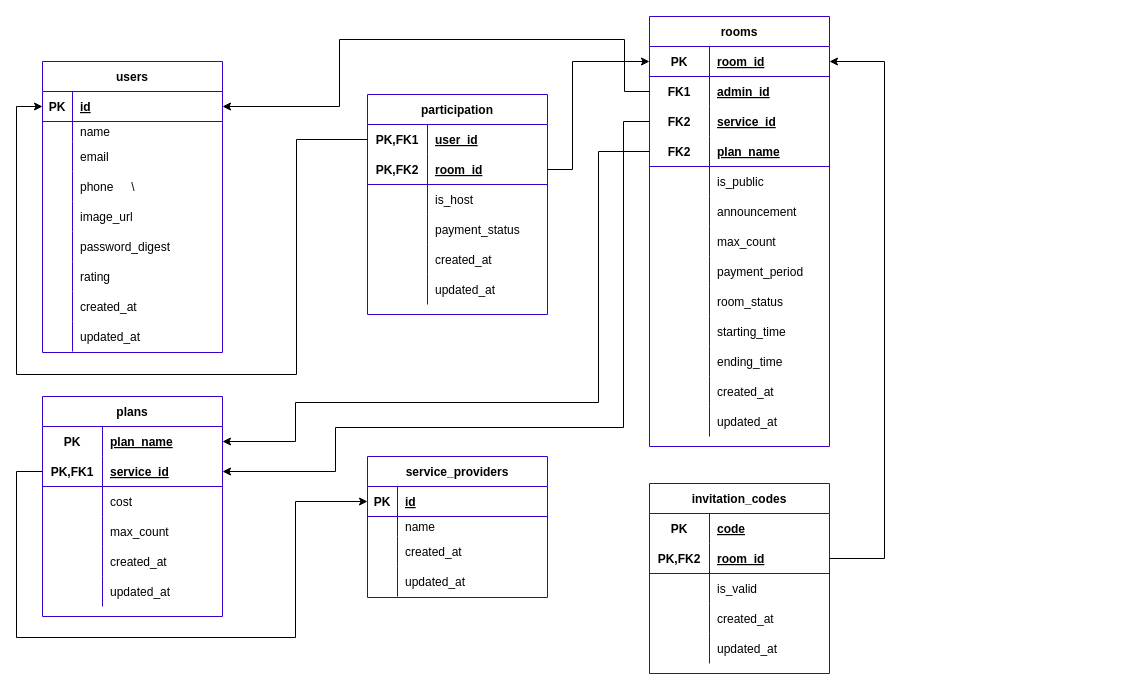
The draw.io diagram db/schema/table.drawio in billsgates/salamander, before the edit. Source tidied: cells renumbered, new cells numbered last; positions are measured from the earlier drawing's top-left corner, leaving out a move shared by most shapes. Both pictures are drawn from the tidied source at 100%, with x=0, y=0 at pixel (16, 16).
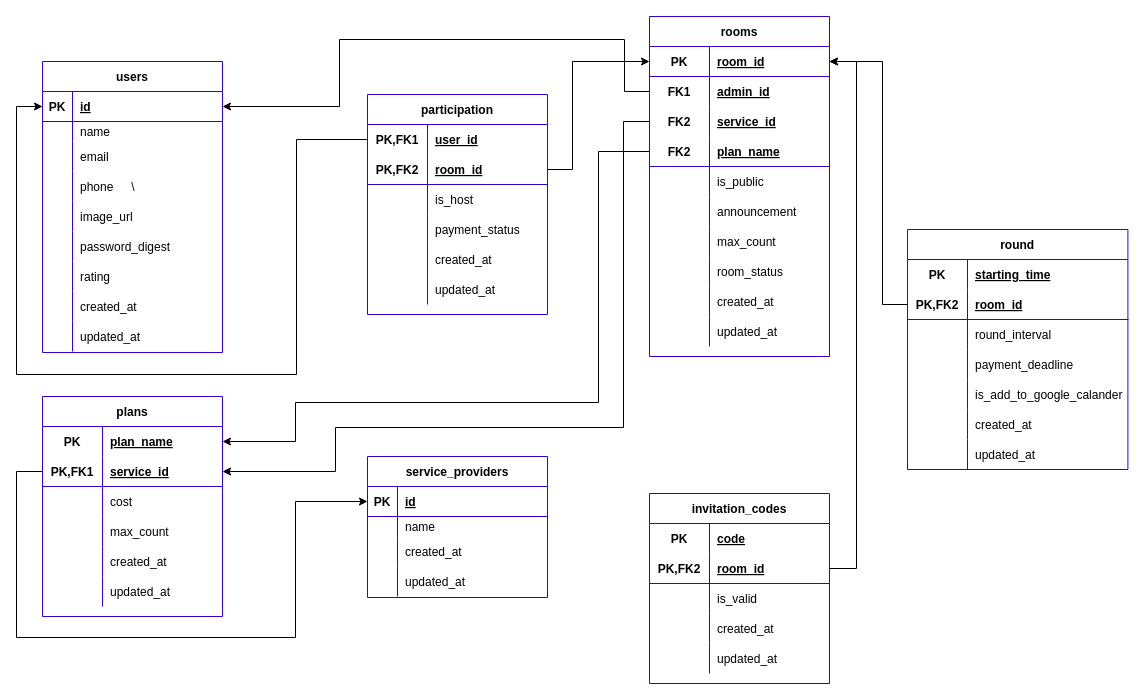
The same page after the edit.

Commit message (it also covers changes not shown here):
Add room rounds table

The change refers to these unchanged cells:
```xml
<mxCell id="63" style="shape=partialRectangle;fillColor=none;top=0;left=0;bottom=1;right=0;points=[[0,0.5],[1,0.5]];portConstraint=eastwest;strokeColor=#3700CC;" parent="62" vertex="1">
  <mxGeometry y="30" width="180" height="30" as="geometry" />
</mxCell>
<mxCell id="131" style="shape=partialRectangle;fillColor=none;top=0;left=0;bottom=1;right=0;points=[[0,0.5],[1,0.5]];portConstraint=eastwest;strokeColor=#3700CC;" parent="127" vertex="1">
  <mxGeometry y="60" width="180" height="30" as="geometry" />
</mxCell>
```

The edit, as a diff of the source:
```diff
@@
     <mxCell id="62" value="rooms" style="shape=table;startSize=30;childLayout=tableLayout;rowLines=0;fontStyle=1;align=center;shadow=0;labelBackgroundColor=none;strokeColor=#3700CC;fontColor=#000000;fillColor=#FFFFFF;swimlaneFillColor=#ffffff;" parent="1" vertex="1">
-      <mxGeometry x="633" width="180" height="430" as="geometry" />
+      <mxGeometry x="633" width="180" height="340" as="geometry" />
     </mxCell>
@@
-    <mxCell id="84" style="shape=partialRectangle;fillColor=none;top=0;left=0;bottom=0;right=0;" parent="62" vertex="1">
-      <mxGeometry y="240" width="180" height="30" as="geometry" />
-    </mxCell>
-    <mxCell id="85" style="shape=partialRectangle;fillColor=none;top=0;left=0;bottom=0;right=0;overflow=hidden;fontColor=#000000;" parent="84" vertex="1">
-      <mxGeometry width="60" height="30" as="geometry" />
-    </mxCell>
-    <mxCell id="86" value="payment_period" style="shape=partialRectangle;fillColor=none;top=0;left=0;bottom=0;right=0;align=left;spacingLeft=6;overflow=hidden;fontColor=#000000;" parent="84" vertex="1">
-      <mxGeometry x="60" width="120" height="30" as="geometry" />
-    </mxCell>
     <mxCell id="87" style="shape=partialRectangle;fillColor=none;top=0;left=0;bottom=0;right=0;" parent="62" vertex="1">
-      <mxGeometry y="270" width="180" height="30" as="geometry" />
+      <mxGeometry y="240" width="180" height="30" as="geometry" />
     </mxCell>
@@
-    <mxCell id="90" style="shape=partialRectangle;fillColor=none;top=0;left=0;bottom=0;right=0;" parent="62" vertex="1">
-      <mxGeometry y="300" width="180" height="30" as="geometry" />
-    </mxCell>
-    <mxCell id="91" style="shape=partialRectangle;fillColor=none;top=0;left=0;bottom=0;right=0;overflow=hidden;fontColor=#000000;" parent="90" vertex="1">
-      <mxGeometry width="60" height="30" as="geometry" />
-    </mxCell>
-    <mxCell id="92" value="starting_time" style="shape=partialRectangle;fillColor=none;top=0;left=0;bottom=0;right=0;align=left;spacingLeft=6;overflow=hidden;fontColor=#000000;" parent="90" vertex="1">
-      <mxGeometry x="60" width="120" height="30" as="geometry" />
-    </mxCell>
-    <mxCell id="93" style="shape=partialRectangle;fillColor=none;top=0;left=0;bottom=0;right=0;" parent="62" vertex="1">
-      <mxGeometry y="330" width="180" height="30" as="geometry" />
-    </mxCell>
-    <mxCell id="94" style="shape=partialRectangle;fillColor=none;top=0;left=0;bottom=0;right=0;overflow=hidden;fontColor=#000000;" parent="93" vertex="1">
-      <mxGeometry width="60" height="30" as="geometry" />
-    </mxCell>
-    <mxCell id="95" value="ending_time" style="shape=partialRectangle;fillColor=none;top=0;left=0;bottom=0;right=0;align=left;spacingLeft=6;overflow=hidden;fontColor=#000000;" parent="93" vertex="1">
-      <mxGeometry x="60" width="120" height="30" as="geometry" />
-    </mxCell>
     <mxCell id="96" style="shape=partialRectangle;fillColor=none;top=0;left=0;bottom=0;right=0;" parent="62" vertex="1">
-      <mxGeometry y="360" width="180" height="30" as="geometry" />
+      <mxGeometry y="270" width="180" height="30" as="geometry" />
     </mxCell>
@@
     <mxCell id="99" style="shape=partialRectangle;fillColor=none;top=0;left=0;bottom=0;right=0;" parent="62" vertex="1">
-      <mxGeometry y="390" width="180" height="30" as="geometry" />
+      <mxGeometry y="300" width="180" height="30" as="geometry" />
     </mxCell>
@@
     <mxCell id="127" value="invitation_codes" style="shape=table;startSize=30;childLayout=tableLayout;rowLines=0;fontStyle=1;align=center;shadow=0;labelBackgroundColor=none;strokeColor=#3700CC;fontColor=#000000;fillColor=#FFFFFF;swimlaneFillColor=#ffffff;" parent="1" vertex="1">
-      <mxGeometry x="633" y="467" width="180" height="190" as="geometry" />
+      <mxGeometry x="633" y="477" width="180" height="190" as="geometry" />
     </mxCell>
@@
-    <mxCell id="143" style="edgeStyle=orthogonalEdgeStyle;rounded=0;jettySize=auto;html=1;exitX=1;exitY=0.5;exitDx=0;exitDy=0;entryX=1;entryY=0.5;entryDx=0;entryDy=0;strokeColor=#000000;" parent="1" edge="1" source="131" target="63">
+    <mxCell id="143" style="edgeStyle=orthogonalEdgeStyle;rounded=0;jettySize=auto;html=1;entryX=1;entryY=0.5;entryDx=0;entryDy=0;strokeColor=#000000;exitX=1;exitY=0.5;exitDx=0;exitDy=0;" parent="1" edge="1" source="131" target="63">
       <mxGeometry relative="1" as="geometry">
         <Array as="points">
-          <mxPoint x="868" y="542" />
-          <mxPoint x="868" y="45" />
+          <mxPoint x="840" y="552" />
+          <mxPoint x="840" y="45" />
         </Array>
       </mxGeometry>
     </mxCell>
@@
+    <mxCell id="146" value="round" style="shape=table;startSize=30;childLayout=tableLayout;rowLines=0;fontStyle=1;align=center;shadow=0;labelBackgroundColor=none;strokeColor=#3700CC;fontColor=#000000;fillColor=#FFFFFF;swimlaneFillColor=#ffffff;" parent="1" vertex="1">
+      <mxGeometry x="891" y="213" width="220.4" height="240" as="geometry" />
+    </mxCell>
+    <mxCell id="147" style="shape=partialRectangle;fillColor=none;top=0;left=0;bottom=0;right=0;strokeColor=#3700CC;" parent="146" vertex="1">
+      <mxGeometry y="30" width="220.4" height="30" as="geometry" />
+    </mxCell>
+    <mxCell id="148" value="PK" style="shape=partialRectangle;fillColor=none;top=0;left=0;bottom=0;right=0;fontStyle=1;overflow=hidden;fontColor=#000000;" parent="147" vertex="1">
+      <mxGeometry width="60" height="30" as="geometry" />
+    </mxCell>
+    <mxCell id="92" value="starting_time" style="shape=partialRectangle;fillColor=none;top=0;left=0;bottom=0;right=0;align=left;spacingLeft=6;fontStyle=5;overflow=hidden;fontColor=#000000;" parent="147" vertex="1">
+      <mxGeometry x="60" width="160.4" height="30" as="geometry" />
+    </mxCell>
+    <mxCell id="149" style="shape=partialRectangle;fillColor=none;top=0;left=0;bottom=1;right=0;points=[[0,0.5],[1,0.5]];portConstraint=eastwest;strokeColor=#3700CC;" parent="146" vertex="1">
+      <mxGeometry y="60" width="220.4" height="30" as="geometry" />
+    </mxCell>
+    <mxCell id="150" value="PK,FK2" style="shape=partialRectangle;fillColor=none;top=0;left=0;bottom=0;right=0;fontStyle=1;overflow=hidden;fontColor=#000000;" parent="149" vertex="1">
+      <mxGeometry width="60" height="30" as="geometry" />
+    </mxCell>
+    <mxCell id="151" value="room_id" style="shape=partialRectangle;fillColor=none;top=0;left=0;bottom=0;right=0;align=left;spacingLeft=6;fontStyle=5;overflow=hidden;fontColor=#000000;" parent="149" vertex="1">
+      <mxGeometry x="60" width="160.4" height="30" as="geometry" />
+    </mxCell>
+    <mxCell id="152" style="shape=partialRectangle;fillColor=none;top=0;left=0;bottom=0;right=0;" parent="146" vertex="1">
+      <mxGeometry y="90" width="220.4" height="30" as="geometry" />
+    </mxCell>
+    <mxCell id="153" style="shape=partialRectangle;fillColor=none;top=0;left=0;bottom=0;right=0;overflow=hidden;fontColor=#000000;" parent="152" vertex="1">
+      <mxGeometry width="60" height="30" as="geometry" />
+    </mxCell>
+    <mxCell id="154" value="round_interval" style="shape=partialRectangle;fillColor=none;top=0;left=0;bottom=0;right=0;align=left;spacingLeft=6;overflow=hidden;fontColor=#000000;" parent="152" vertex="1">
+      <mxGeometry x="60" width="160.4" height="30" as="geometry" />
+    </mxCell>
+    <mxCell id="155" style="shape=partialRectangle;fillColor=none;top=0;left=0;bottom=0;right=0;" parent="146" vertex="1">
+      <mxGeometry y="120" width="220.4" height="30" as="geometry" />
+    </mxCell>
+    <mxCell id="156" style="shape=partialRectangle;fillColor=none;top=0;left=0;bottom=0;right=0;overflow=hidden;fontColor=#000000;" parent="155" vertex="1">
+      <mxGeometry width="60" height="30" as="geometry" />
+    </mxCell>
+    <mxCell id="157" value="payment_deadline" style="shape=partialRectangle;fillColor=none;top=0;left=0;bottom=0;right=0;align=left;spacingLeft=6;overflow=hidden;fontColor=#000000;" parent="155" vertex="1">
+      <mxGeometry x="60" width="160.4" height="30" as="geometry" />
+    </mxCell>
+    <mxCell id="158" style="shape=partialRectangle;fillColor=none;top=0;left=0;bottom=0;right=0;" parent="146" vertex="1">
+      <mxGeometry y="150" width="220.4" height="30" as="geometry" />
+    </mxCell>
+    <mxCell id="159" style="shape=partialRectangle;fillColor=none;top=0;left=0;bottom=0;right=0;overflow=hidden;fontColor=#000000;" parent="158" vertex="1">
+      <mxGeometry width="60" height="30" as="geometry" />
+    </mxCell>
+    <mxCell id="160" value="is_add_to_google_calander" style="shape=partialRectangle;fillColor=none;top=0;left=0;bottom=0;right=0;align=left;spacingLeft=6;overflow=hidden;fontColor=#000000;" parent="158" vertex="1">
+      <mxGeometry x="60" width="160.4" height="30" as="geometry" />
+    </mxCell>
+    <mxCell id="161" style="shape=partialRectangle;fillColor=none;top=0;left=0;bottom=0;right=0;" parent="146" vertex="1">
+      <mxGeometry y="180" width="220.4" height="30" as="geometry" />
+    </mxCell>
+    <mxCell id="162" style="shape=partialRectangle;fillColor=none;top=0;left=0;bottom=0;right=0;overflow=hidden;fontColor=#000000;" parent="161" vertex="1">
+      <mxGeometry width="60" height="30" as="geometry" />
+    </mxCell>
+    <mxCell id="163" value="created_at" style="shape=partialRectangle;fillColor=none;top=0;left=0;bottom=0;right=0;align=left;spacingLeft=6;overflow=hidden;fontColor=#000000;" parent="161" vertex="1">
+      <mxGeometry x="60" width="160.4" height="30" as="geometry" />
+    </mxCell>
+    <mxCell id="164" style="shape=partialRectangle;fillColor=none;top=0;left=0;bottom=0;right=0;" parent="146" vertex="1">
+      <mxGeometry y="210" width="220.4" height="30" as="geometry" />
+    </mxCell>
+    <mxCell id="165" style="shape=partialRectangle;fillColor=none;top=0;left=0;bottom=0;right=0;overflow=hidden;fontColor=#000000;" parent="164" vertex="1">
+      <mxGeometry width="60" height="30" as="geometry" />
+    </mxCell>
+    <mxCell id="166" value="updated_at" style="shape=partialRectangle;fillColor=none;top=0;left=0;bottom=0;right=0;align=left;spacingLeft=6;overflow=hidden;fontColor=#000000;" parent="164" vertex="1">
+      <mxGeometry x="60" width="160.4" height="30" as="geometry" />
+    </mxCell>
+    <mxCell id="167" style="edgeStyle=orthogonalEdgeStyle;rounded=0;jettySize=auto;html=1;exitX=0;exitY=0.5;exitDx=0;exitDy=0;entryX=1;entryY=0.5;entryDx=0;entryDy=0;strokeColor=#000000;" parent="1" edge="1" source="149" target="63">
+      <mxGeometry relative="1" as="geometry">
+        <Array as="points">
+          <mxPoint x="866" y="288" />
+          <mxPoint x="866" y="45" />
+        </Array>
+      </mxGeometry>
+    </mxCell>
```
